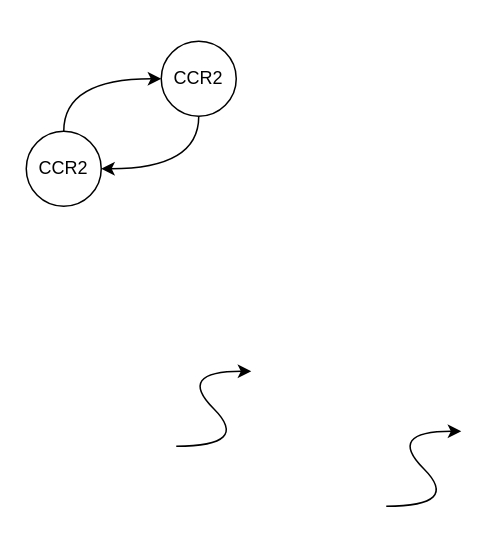
The draw.io diagram 未命名绘图.drawio in WY-Lan/TSA-LSTM-and-PSO-LSTM, before the edit. Source tidied: cells renumbered, new cells numbered last; positions are measured from the earlier drawing's top-left corner, leaving out a move shared by most shapes. Both pictures are drawn from the tidied source at 150%, with x=0, y=0 at pixel (26, 40).
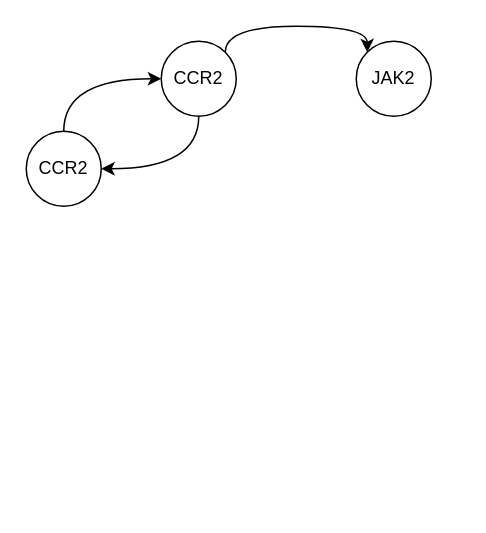
The same page after the edit.

Commit message:
更新未命名绘图.drawio

What changed in the source:
```diff
@@
 <mxGraphModel>
   <root>
     <mxCell id="0" />
     <mxCell id="1" parent="0" />
     <mxCell id="2" value="CCR2" style="ellipse;whiteSpace=wrap;html=1;" parent="1" vertex="1">
       <mxGeometry y="60" width="50" height="50" as="geometry" />
     </mxCell>
     <mxCell id="3" style="edgeStyle=orthogonalEdgeStyle;rounded=0;jettySize=auto;html=1;exitX=0.5;exitY=1;exitDx=0;exitDy=0;entryX=1;entryY=0.5;entryDx=0;entryDy=0;curved=1;" parent="1" edge="1" source="4" target="2">
       <mxGeometry relative="1" as="geometry" />
     </mxCell>
+    <mxCell id="8" style="edgeStyle=orthogonalEdgeStyle;rounded=0;jettySize=auto;html=1;exitX=1;exitY=0;exitDx=0;exitDy=0;entryX=0;entryY=0;entryDx=0;entryDy=0;curved=1;" parent="1" edge="1" source="4" target="9">
+      <mxGeometry relative="1" as="geometry">
+        <Array as="points">
+          <mxPoint x="133" y="-10" />
+          <mxPoint x="227" y="-10" />
+        </Array>
+      </mxGeometry>
+    </mxCell>
     <mxCell id="4" value="CCR2" style="ellipse;whiteSpace=wrap;html=1;" parent="1" vertex="1">
       <mxGeometry x="90" width="50" height="50" as="geometry" />
     </mxCell>
-    <mxCell id="5" style="curved=1;endArrow=classic;html=1;rounded=0;" parent="1" edge="1">
-      <mxGeometry relative="1" as="geometry">
-        <mxPoint x="240" y="310" as="sourcePoint" />
-        <mxPoint x="290" y="260" as="targetPoint" />
-        <Array as="points">
-          <mxPoint x="290" y="310" />
-          <mxPoint x="240" y="260" />
-        </Array>
-      </mxGeometry>
-    </mxCell>
-    <mxCell id="6" style="curved=1;endArrow=classic;html=1;rounded=0;" parent="1" edge="1">
-      <mxGeometry relative="1" as="geometry">
-        <mxPoint x="100" y="270" as="sourcePoint" />
-        <mxPoint x="150" y="220" as="targetPoint" />
-        <Array as="points">
-          <mxPoint x="150" y="270" />
-          <mxPoint x="100" y="220" />
-        </Array>
-      </mxGeometry>
-    </mxCell>
     <mxCell id="7" style="edgeStyle=orthogonalEdgeStyle;rounded=0;jettySize=auto;html=1;exitX=0.5;exitY=0;exitDx=0;exitDy=0;entryX=0;entryY=0.5;entryDx=0;entryDy=0;curved=1;" parent="1" edge="1" source="2" target="4">
       <mxGeometry relative="1" as="geometry" />
     </mxCell>
+    <mxCell id="9" value="JAK2" style="ellipse;whiteSpace=wrap;html=1;" parent="1" vertex="1">
+      <mxGeometry x="220" width="50" height="50" as="geometry" />
+    </mxCell>
   </root>
 </mxGraphModel>
```
